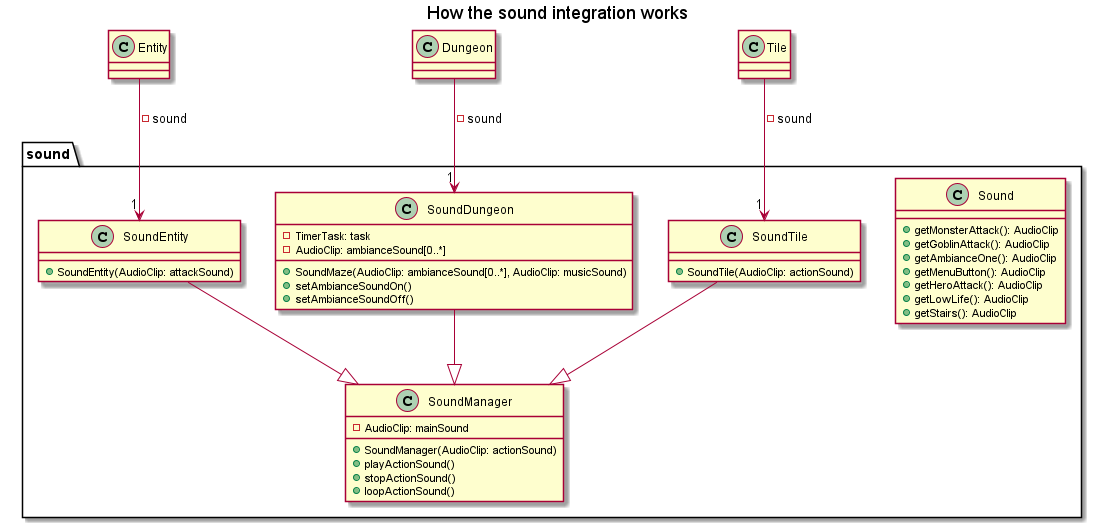
Earlier version of the PlantUML export doc/4_sprint/diagrams/class/sound.png (Reynault/ACL_2019_Zelpop).
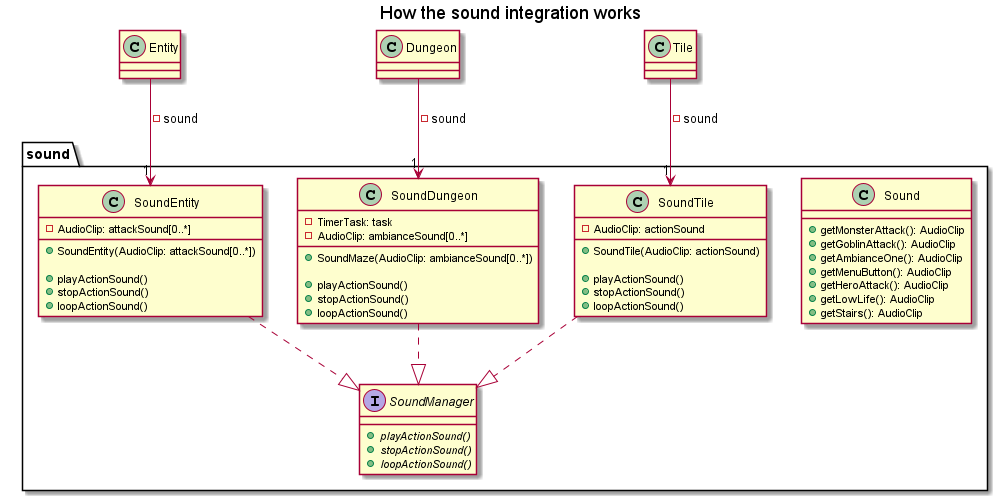
Above is the later version.

Commit message:
Third sprint: modifying sound conception

Change to the diagram source:
```diff
@@ -15,33 +15,42 @@
     }
 
     class SoundEntity{
-        + SoundEntity(AudioClip: attackSound)
+        - AudioClip: attackSound[0..*]
+
+        + SoundEntity(AudioClip: attackSound[0..*])
+
+        + playActionSound()
+        + stopActionSound()
+        + loopActionSound()
     }
 
 
     class SoundTile{
+        - AudioClip: actionSound
         + SoundTile(AudioClip: actionSound)
+
+        + playActionSound()
+        + stopActionSound()
+        + loopActionSound()
     }
 
     class SoundDungeon{
         - TimerTask: task
         - AudioClip: ambianceSound[0..*]
 
-        + SoundMaze(AudioClip: ambianceSound[0..*], AudioClip: musicSound)
-        + setAmbianceSoundOn()
-        + setAmbianceSoundOff()
-    }
+        + SoundMaze(AudioClip: ambianceSound[0..*])
 
-    class SoundManager{
-        - AudioClip: mainSound
-
-        + SoundManager(AudioClip: actionSound)
         + playActionSound()
         + stopActionSound()
         + loopActionSound()
     }
+
+    interface SoundManager{
+        + {abstract} playActionSound()
+        + {abstract} stopActionSound()
+        + {abstract} loopActionSound()
+    }
 }
-
 
 class Entity{
 
@@ -59,8 +68,8 @@
 Tile --> "1" SoundTile: -sound
 Dungeon --> "1" SoundDungeon: -sound
 
-SoundEntity --|> SoundManager
-SoundDungeon --|> SoundManager
-SoundTile --|> SoundManager
+SoundEntity ..|> SoundManager
+SoundDungeon ..|> SoundManager
+SoundTile ..|> SoundManager
 
 @enduml
```
